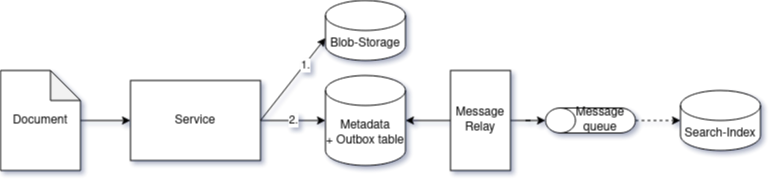
Earlier version of the draw.io export post/document-search/img/transactional_outbox_design.drawio.png (fladdimir/fladdimir.github.io). Source tidied: cells renumbered, new cells last; positions are measured from the earlier drawing's top-left corner, leaving out a move shared by most shapes. The source it was exported from:
```xml
<mxGraphModel background="#ffffff" shadow="1">
  <root>
    <mxCell id="0" />
    <mxCell id="1" parent="0" />
    <mxCell id="2" value="Document" style="shape=note;whiteSpace=wrap;html=1;backgroundOutline=1;darkOpacity=0.05;" parent="1" vertex="1">
      <mxGeometry y="70" width="80" height="100" as="geometry" />
    </mxCell>
    <mxCell id="3" value="2." style="edgeStyle=orthogonalEdgeStyle;rounded=0;jettySize=auto;html=1;" parent="1" edge="1" source="4" target="10">
      <mxGeometry relative="1" as="geometry" />
    </mxCell>
    <mxCell id="4" value="Service" style="rounded=0;whiteSpace=wrap;html=1;" parent="1" vertex="1">
      <mxGeometry x="130" y="80" width="130" height="80" as="geometry" />
    </mxCell>
    <mxCell id="5" style="endArrow=classic;html=1;rounded=0;entryX=0;entryY=0.5;entryDx=0;entryDy=0;" parent="1" edge="1" source="2" target="4">
      <mxGeometry relative="1" as="geometry" />
    </mxCell>
    <mxCell id="6" value="Blob-Storage" style="shape=cylinder3;whiteSpace=wrap;html=1;boundedLbl=1;backgroundOutline=1;size=15;" parent="1" vertex="1">
      <mxGeometry x="325" width="80" height="60" as="geometry" />
    </mxCell>
    <mxCell id="7" value="Search-Index" style="shape=cylinder3;whiteSpace=wrap;html=1;boundedLbl=1;backgroundOutline=1;size=15;" parent="1" vertex="1">
      <mxGeometry x="680" y="90" width="80" height="60" as="geometry" />
    </mxCell>
    <mxCell id="8" style="endArrow=classic;html=1;rounded=0;exitX=1;exitY=0.5;exitDx=0;exitDy=0;entryX=0;entryY=0;entryDx=0;entryDy=37.5;entryPerimeter=0;" parent="1" edge="1" source="4" target="6">
      <mxGeometry relative="1" as="geometry" />
    </mxCell>
    <mxCell id="9" value="1." style="edgeLabel;html=1;align=center;verticalAlign=middle;" parent="8" vertex="1">
      <mxGeometry x="0.35" y="-1" relative="1" as="geometry" />
    </mxCell>
    <mxCell id="10" value="Metadata&lt;br&gt;+ Outbox table" style="shape=cylinder3;whiteSpace=wrap;html=1;boundedLbl=1;backgroundOutline=1;size=15;" parent="1" vertex="1">
      <mxGeometry x="325" y="75" width="80" height="90" as="geometry" />
    </mxCell>
    <mxCell id="11" style="edgeStyle=orthogonalEdgeStyle;rounded=0;jettySize=auto;html=1;dashed=1;" parent="1" edge="1" source="12" target="7">
      <mxGeometry relative="1" as="geometry" />
    </mxCell>
    <mxCell id="12" style="shape=cylinder3;whiteSpace=wrap;html=1;boundedLbl=1;backgroundOutline=1;size=15;rotation=-90;" parent="1" vertex="1">
      <mxGeometry x="577.5" y="75" width="25" height="90" as="geometry" />
    </mxCell>
    <mxCell id="13" value="Message queue" style="text;html=1;strokeColor=none;fillColor=none;align=center;verticalAlign=middle;whiteSpace=wrap;rounded=0;" parent="1" vertex="1">
      <mxGeometry x="570" y="105" width="60" height="30" as="geometry" />
    </mxCell>
    <mxCell id="14" style="edgeStyle=orthogonalEdgeStyle;rounded=0;jettySize=auto;html=1;" parent="1" edge="1" source="16" target="10">
      <mxGeometry relative="1" as="geometry" />
    </mxCell>
    <mxCell id="15" style="edgeStyle=orthogonalEdgeStyle;rounded=0;jettySize=auto;html=1;entryX=0.5;entryY=0;entryDx=0;entryDy=0;entryPerimeter=0;" parent="1" edge="1" source="16" target="12">
      <mxGeometry relative="1" as="geometry" />
    </mxCell>
    <mxCell id="16" value="Message Relay" style="rounded=0;whiteSpace=wrap;html=1;" parent="1" vertex="1">
      <mxGeometry x="450" y="70" width="60" height="100" as="geometry" />
    </mxCell>
  </root>
</mxGraphModel>
```
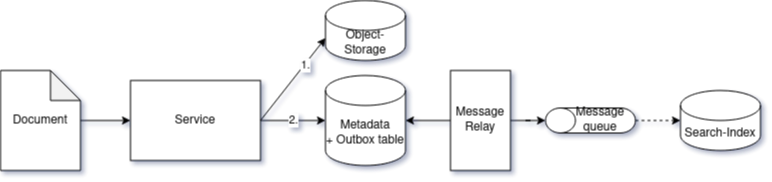
Later version of the same file.

Change to the diagram source:
```diff
@@ -14,7 +14,7 @@
     <mxCell id="5" style="endArrow=classic;html=1;rounded=0;entryX=0;entryY=0.5;entryDx=0;entryDy=0;" parent="1" edge="1" source="2" target="4">
       <mxGeometry relative="1" as="geometry" />
     </mxCell>
-    <mxCell id="6" value="Blob-Storage" style="shape=cylinder3;whiteSpace=wrap;html=1;boundedLbl=1;backgroundOutline=1;size=15;" parent="1" vertex="1">
+    <mxCell id="6" value="Object-Storage" style="shape=cylinder3;whiteSpace=wrap;html=1;boundedLbl=1;backgroundOutline=1;size=15;" parent="1" vertex="1">
       <mxGeometry x="325" width="80" height="60" as="geometry" />
     </mxCell>
     <mxCell id="7" value="Search-Index" style="shape=cylinder3;whiteSpace=wrap;html=1;boundedLbl=1;backgroundOutline=1;size=15;" parent="1" vertex="1">
```
